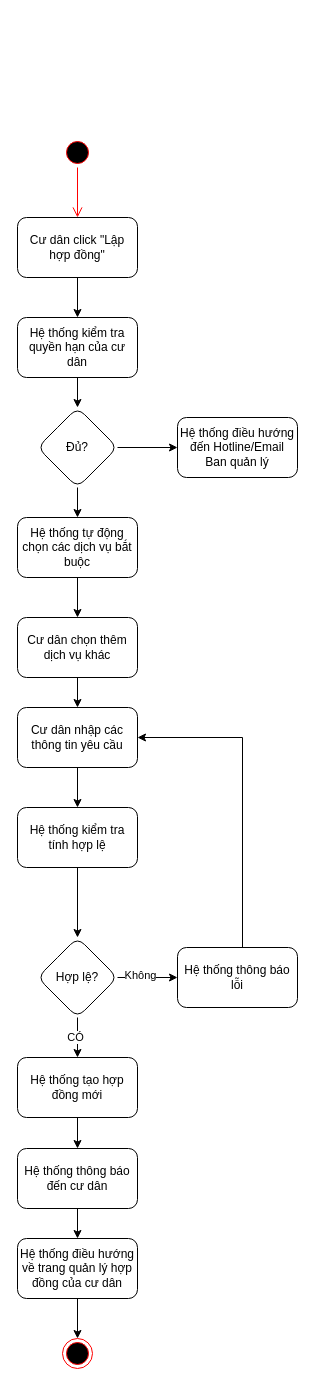
Earlier version of the draw.io diagram page "AD-Lập hợp đồng" (9 of 15) of doan.drawio (Pakamon234/thuc-tap-tot-nghiep). Source tidied: cells renumbered, new cells numbered last; positions are measured from the earlier drawing's top-left corner, leaving out a move shared by most shapes. Both pictures are drawn from the tidied source at 100%, with x=0, y=0 at pixel (17, 137).
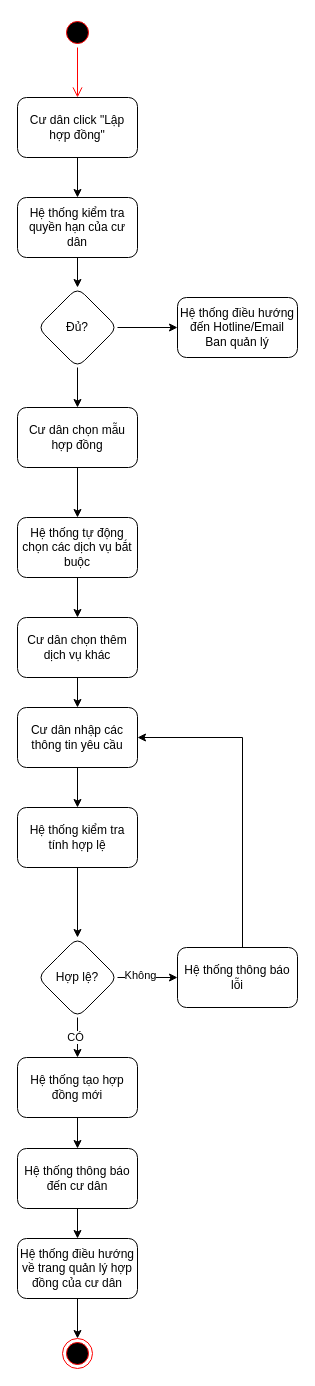
The same diagram, later.

Unchanged cells that the change refers to:
```xml
<mxCell id="13" value="Hệ thống tự động chọn các dịch vụ bắt buộc" style="whiteSpace=wrap;html=1;rounded=1;" parent="1" vertex="1">
  <mxGeometry y="380" width="120" height="60" as="geometry" />
</mxCell>
```

Diff of the diagram source:
```diff
@@
     <mxCell id="2" style="ellipse;html=1;shape=startState;fillColor=#000000;strokeColor=#ff0000;" parent="1" vertex="1">
-      <mxGeometry x="45" width="30" height="30" as="geometry" />
+      <mxGeometry x="45" y="-120" width="30" height="30" as="geometry" />
     </mxCell>
@@
     <mxCell id="5" value="Cư dân click &quot;Lập hợp đồng&quot;" style="rounded=1;whiteSpace=wrap;html=1;" parent="1" vertex="1">
-      <mxGeometry y="80" width="120" height="60" as="geometry" />
+      <mxGeometry y="-40" width="120" height="60" as="geometry" />
     </mxCell>
@@
     <mxCell id="7" value="Hệ thống kiểm tra quyền hạn của cư dân" style="whiteSpace=wrap;html=1;rounded=1;" parent="1" vertex="1">
-      <mxGeometry y="180" width="120" height="60" as="geometry" />
+      <mxGeometry y="60" width="120" height="60" as="geometry" />
     </mxCell>
@@
-    <mxCell id="9" style="edgeStyle=orthogonalEdgeStyle;rounded=0;jettySize=auto;html=1;" parent="1" edge="1" source="10" target="13">
+    <mxCell id="9" style="edgeStyle=orthogonalEdgeStyle;rounded=0;jettySize=auto;html=1;" parent="1" edge="1" source="35" target="13">
       <mxGeometry relative="1" as="geometry" />
     </mxCell>
     <mxCell id="10" value="Đủ?" style="rhombus;whiteSpace=wrap;html=1;rounded=1;" parent="1" vertex="1">
-      <mxGeometry x="20" y="270" width="80" height="80" as="geometry" />
+      <mxGeometry x="20" y="150" width="80" height="80" as="geometry" />
     </mxCell>
     <mxCell id="11" value="Hệ thống điều hướng đến Hotline/Email Ban quản lý" style="whiteSpace=wrap;html=1;rounded=1;" parent="1" vertex="1">
-      <mxGeometry x="160" y="280" width="120" height="60" as="geometry" />
+      <mxGeometry x="160" y="160" width="120" height="60" as="geometry" />
     </mxCell>
@@
+    <mxCell id="34" style="edgeStyle=orthogonalEdgeStyle;rounded=0;jettySize=auto;html=1;" parent="1" edge="1" source="10" target="35">
+      <mxGeometry relative="1" as="geometry" />
+    </mxCell>
+    <mxCell id="35" value="Cư dân chọn mẫu hợp đồng" style="whiteSpace=wrap;html=1;rounded=1;" parent="1" vertex="1">
+      <mxGeometry y="270" width="120" height="60" as="geometry" />
+    </mxCell>
```
